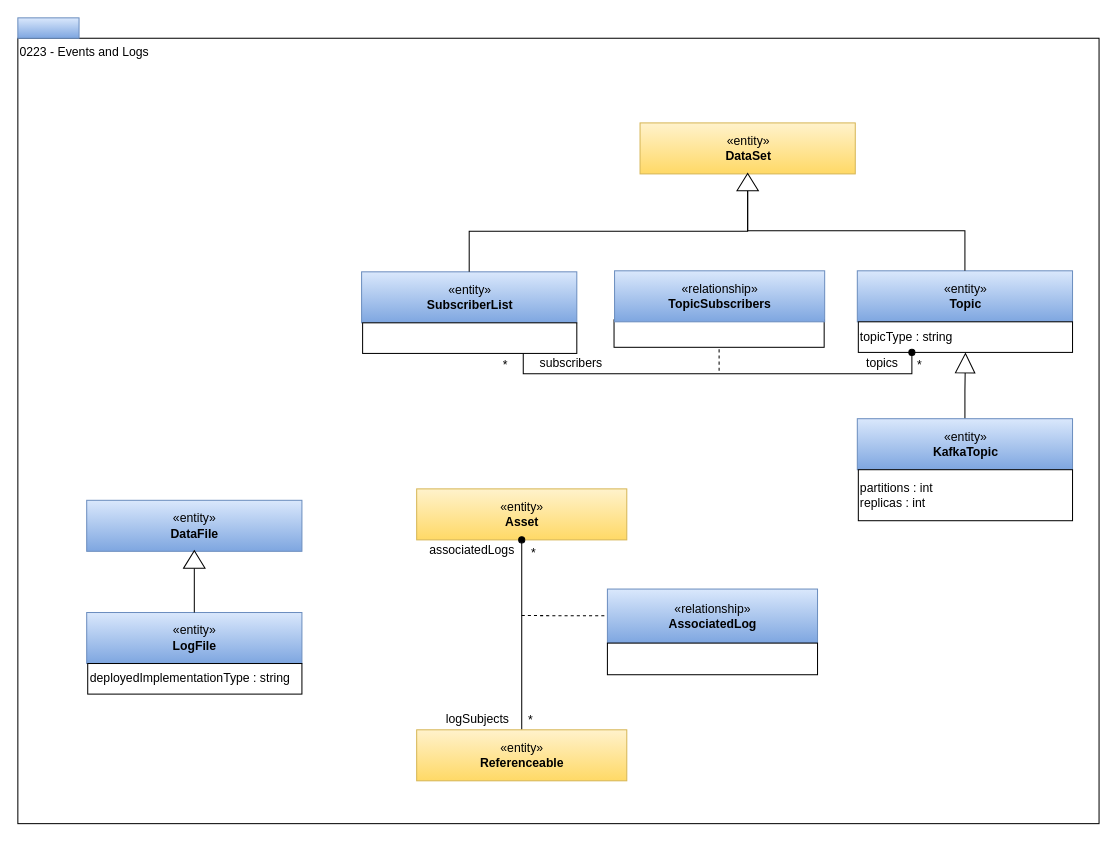
This is page "0223-Events-and-Logs" (11 of 21) of site/docs/types/2/area-2-assets.drawio from odpi/egeria-docs, a draw.io file, before an edit. Source tidied: cells renumbered, new cells numbered last; positions are measured from the earlier drawing's top-left corner, leaving out a move shared by most shapes. Both pictures are drawn from the tidied source at 102%, with x=0, y=0 at pixel (17, 17).
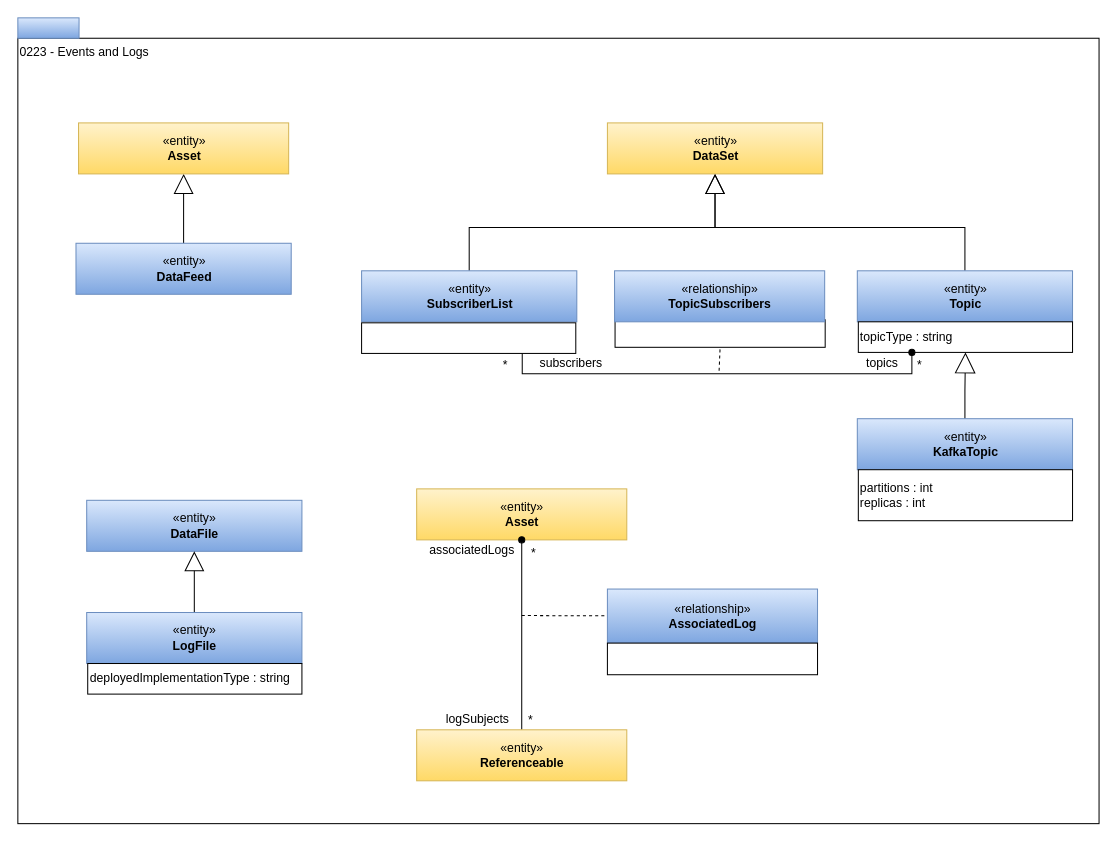
The same diagram, later.

Unchanged cells that the change refers to:
```xml
<mxCell id="4" value="«entity»&lt;br&gt;&lt;b&gt;DataFile&lt;/b&gt;" style="html=1;strokeColor=#6c8ebf;align=center;fillColor=#dae8fc;gradientColor=#7ea6e0;" parent="1" vertex="1">
  <mxGeometry x="67.5" y="473" width="211" height="50" as="geometry" />
</mxCell>
<mxCell id="5" value="«entity»&lt;br&gt;&lt;b&gt;LogFile&lt;/b&gt;" style="html=1;strokeColor=#6c8ebf;align=center;fillColor=#dae8fc;gradientColor=#7ea6e0;" parent="1" vertex="1">
  <mxGeometry x="67.5" y="583" width="211" height="50" as="geometry" />
</mxCell>
<mxCell id="9" value="«entity»&lt;br&gt;&lt;b&gt;Topic&lt;/b&gt;" style="html=1;strokeColor=#6c8ebf;align=center;fillColor=#dae8fc;gradientColor=#7ea6e0;" parent="1" vertex="1">
  <mxGeometry x="823" y="248" width="211" height="50" as="geometry" />
</mxCell>
```

Diff of the diagram source:
```diff
@@
+    <mxCell id="38" style="edgeStyle=orthogonalEdgeStyle;rounded=0;jettySize=auto;html=1;exitX=0.5;exitY=0;exitDx=0;exitDy=0;endArrow=block;endFill=0;endSize=17;" parent="1" edge="1" source="5" target="4">
+      <mxGeometry relative="1" as="geometry" />
+    </mxCell>
@@
-    <mxCell id="7" style="edgeStyle=orthogonalEdgeStyle;rounded=0;jettySize=auto;html=1;exitX=0;exitY=0.5;exitDx=0;exitDy=0;endArrow=none;endFill=0;" parent="1" edge="1" source="8" target="5">
-      <mxGeometry relative="1" as="geometry" />
-    </mxCell>
-    <mxCell id="8" style="triangle;whiteSpace=wrap;html=1;strokeColor=#000000;gradientColor=#ffffff;align=center;rotation=-90;" parent="1" vertex="1">
-      <mxGeometry x="164.5" y="520.5" width="17" height="21" as="geometry" />
-    </mxCell>
+    <mxCell id="39" style="edgeStyle=orthogonalEdgeStyle;rounded=0;jettySize=auto;html=1;exitX=0.5;exitY=0;exitDx=0;exitDy=0;endArrow=block;endFill=0;endSize=17;" parent="1" edge="1" source="9" target="11">
+      <mxGeometry relative="1" as="geometry" />
+    </mxCell>
@@
     <mxCell id="11" value="«entity»&lt;br&gt;&lt;b&gt;DataSet&lt;/b&gt;" style="html=1;strokeColor=#d6b656;align=center;fillColor=#fff2cc;gradientColor=#ffd966;" parent="1" vertex="1">
-      <mxGeometry x="610" y="103" width="211" height="50" as="geometry" />
+      <mxGeometry x="578" y="103" width="211" height="50" as="geometry" />
     </mxCell>
+    <mxCell id="40" style="edgeStyle=orthogonalEdgeStyle;rounded=0;jettySize=auto;html=1;exitX=0.5;exitY=0;exitDx=0;exitDy=0;endArrow=block;endFill=0;endSize=17;" parent="1" edge="1" source="12" target="11">
+      <mxGeometry relative="1" as="geometry" />
+    </mxCell>
     <mxCell id="12" value="«entity»&lt;br&gt;&lt;b&gt;SubscriberList&lt;/b&gt;" style="html=1;strokeColor=#6c8ebf;align=center;fillColor=#dae8fc;gradientColor=#7ea6e0;" parent="1" vertex="1">
-      <mxGeometry x="337" y="249" width="211" height="50" as="geometry" />
+      <mxGeometry x="337" y="248" width="211" height="50" as="geometry" />
     </mxCell>
     <mxCell id="13" style="rounded=0;whiteSpace=wrap;html=1;strokeColor=#000000;gradientColor=#ffffff;align=left;" parent="1" vertex="1">
-      <mxGeometry x="338" y="299" width="210" height="30" as="geometry" />
+      <mxGeometry x="337" y="299" width="210" height="30" as="geometry" />
     </mxCell>
-    <mxCell id="14" style="edgeStyle=orthogonalEdgeStyle;rounded=0;jettySize=auto;html=1;exitX=0;exitY=0.5;exitDx=0;exitDy=0;endArrow=none;endFill=0;" parent="1" edge="1" source="16" target="9">
-      <mxGeometry relative="1" as="geometry" />
-    </mxCell>
-    <mxCell id="15" style="edgeStyle=orthogonalEdgeStyle;rounded=0;jettySize=auto;html=1;exitX=0;exitY=0.5;exitDx=0;exitDy=0;endArrow=none;endFill=0;" parent="1" edge="1" source="16" target="12">
-      <mxGeometry relative="1" as="geometry" />
-    </mxCell>
-    <mxCell id="16" style="triangle;whiteSpace=wrap;html=1;strokeColor=#000000;gradientColor=#ffffff;align=center;rotation=-90;" parent="1" vertex="1">
-      <mxGeometry x="707" y="150.5" width="17" height="21" as="geometry" />
-    </mxCell>
@@
     <mxCell id="19" style="rounded=0;whiteSpace=wrap;html=1;strokeColor=#000000;gradientColor=#ffffff;align=left;" parent="1" vertex="1">
-      <mxGeometry x="584.5" y="296" width="206" height="27" as="geometry" />
+      <mxGeometry x="585.5" y="296" width="206" height="27" as="geometry" />
     </mxCell>
@@
+    <mxCell id="41" style="edgeStyle=orthogonalEdgeStyle;rounded=0;jettySize=auto;html=1;endArrow=block;endFill=0;endSize=17;" parent="1" edge="1" source="42" target="43">
+      <mxGeometry relative="1" as="geometry" />
+    </mxCell>
+    <mxCell id="42" value="«entity»&lt;br&gt;&lt;b&gt;DataFeed&lt;/b&gt;" style="html=1;strokeColor=#6c8ebf;align=center;fillColor=#dae8fc;gradientColor=#7ea6e0;" parent="1" vertex="1">
+      <mxGeometry x="57" y="221" width="211" height="50" as="geometry" />
+    </mxCell>
+    <mxCell id="43" value="«entity»&lt;br&gt;&lt;b&gt;Asset&lt;/b&gt;" style="html=1;strokeColor=#d6b656;align=center;fillColor=#fff2cc;gradientColor=#ffd966;" parent="1" vertex="1">
+      <mxGeometry x="59.5" y="103" width="206" height="50" as="geometry" />
+    </mxCell>
```
